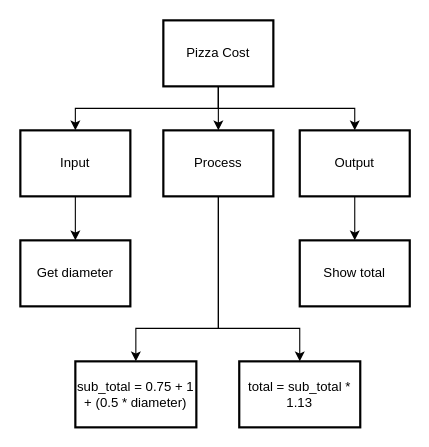
This is drawio/flowchart/flowchart.drawio from Aidan-Lalonde-Novales/ICS3U-CPP-Template, a draw.io file, before an edit. Source tidied: cells renumbered, new cells numbered last; positions are measured from the earlier drawing's top-left corner, leaving out a move shared by most shapes. Both pictures are drawn from the tidied source at 110%, with x=0, y=0 at pixel (20, 20).
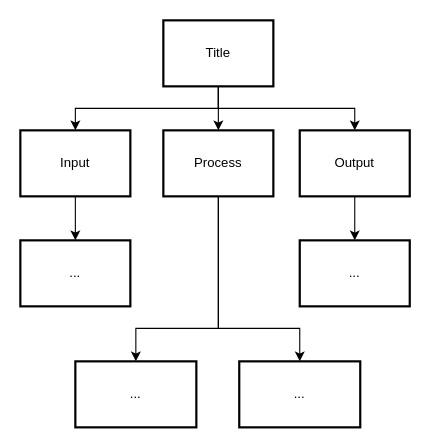
The same diagram, later.

What changed in the source:
```diff
@@
-    <mxCell id="8" value="Pizza Cost" style="rounded=0;whiteSpace=wrap;html=1;absoluteArcSize=1;arcSize=14;strokeWidth=2;" parent="1" vertex="1">
+    <mxCell id="8" value="Title" style="rounded=0;whiteSpace=wrap;html=1;absoluteArcSize=1;arcSize=14;strokeWidth=2;" parent="1" vertex="1">
       <mxGeometry x="130" width="100" height="60" as="geometry" />
     </mxCell>
@@
-    <mxCell id="13" value="Get diameter" style="rounded=0;whiteSpace=wrap;html=1;absoluteArcSize=1;arcSize=14;strokeWidth=2;" parent="1" vertex="1">
+    <mxCell id="13" value="..." style="rounded=0;whiteSpace=wrap;html=1;absoluteArcSize=1;arcSize=14;strokeWidth=2;" parent="1" vertex="1">
       <mxGeometry y="200" width="100" height="60" as="geometry" />
     </mxCell>
-    <mxCell id="14" value="Show total" style="rounded=0;whiteSpace=wrap;html=1;absoluteArcSize=1;arcSize=14;strokeWidth=2;" parent="1" vertex="1">
+    <mxCell id="14" value="..." style="rounded=0;whiteSpace=wrap;html=1;absoluteArcSize=1;arcSize=14;strokeWidth=2;" parent="1" vertex="1">
       <mxGeometry x="254" y="200" width="100" height="60" as="geometry" />
     </mxCell>
-    <mxCell id="15" value="sub_total = 0.75 + 1 + (0.5 * diameter)" style="rounded=0;whiteSpace=wrap;html=1;absoluteArcSize=1;arcSize=14;strokeWidth=2;" parent="1" vertex="1">
+    <mxCell id="15" value="..." style="rounded=0;whiteSpace=wrap;html=1;absoluteArcSize=1;arcSize=14;strokeWidth=2;" parent="1" vertex="1">
       <mxGeometry x="50" y="310" width="110" height="60" as="geometry" />
     </mxCell>
-    <mxCell id="16" value="total = sub_total * 1.13" style="rounded=0;whiteSpace=wrap;html=1;absoluteArcSize=1;arcSize=14;strokeWidth=2;" parent="1" vertex="1">
+    <mxCell id="16" value="..." style="rounded=0;whiteSpace=wrap;html=1;absoluteArcSize=1;arcSize=14;strokeWidth=2;" parent="1" vertex="1">
       <mxGeometry x="199" y="310" width="110" height="60" as="geometry" />
     </mxCell>
```
